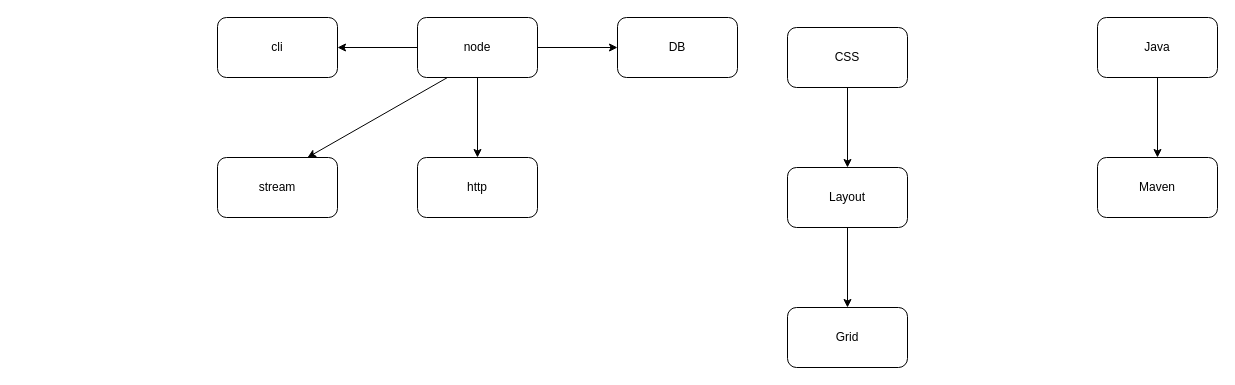
This is professionalSkills.drawio from mengdage/project-diagram, a draw.io file, before an edit. Source tidied: cells renumbered, new cells numbered last; positions are measured from the earlier drawing's top-left corner, leaving out a move shared by most shapes. Both pictures are drawn from the tidied source at 100%, with x=0, y=0 at pixel (217, 17).
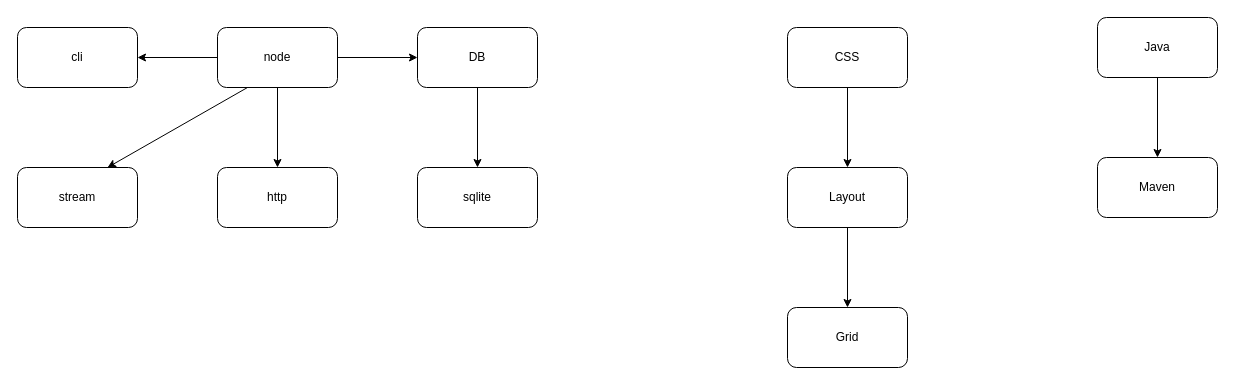
After the change.

What changed in the source:
```diff
@@
     <mxCell id="13" value="node" style="rounded=1;whiteSpace=wrap;html=1;" parent="1" vertex="1">
-      <mxGeometry x="200" width="120" height="60" as="geometry" />
+      <mxGeometry y="10" width="120" height="60" as="geometry" />
     </mxCell>
+    <mxCell id="19" style="edgeStyle=orthogonalEdgeStyle;rounded=0;jettySize=auto;html=1;" parent="1" edge="1" source="14" target="20">
+      <mxGeometry relative="1" as="geometry" />
+    </mxCell>
     <mxCell id="14" value="DB" style="rounded=1;whiteSpace=wrap;html=1;" parent="1" vertex="1">
-      <mxGeometry x="400" width="120" height="60" as="geometry" />
+      <mxGeometry x="200" y="10" width="120" height="60" as="geometry" />
     </mxCell>
+    <mxCell id="20" value="sqlite" style="rounded=1;whiteSpace=wrap;html=1;" parent="1" vertex="1">
+      <mxGeometry x="200" y="150" width="120" height="60" as="geometry" />
+    </mxCell>
     <mxCell id="15" value="cli" style="rounded=1;whiteSpace=wrap;html=1;" parent="1" vertex="1">
-      <mxGeometry width="120" height="60" as="geometry" />
+      <mxGeometry x="-200" y="10" width="120" height="60" as="geometry" />
     </mxCell>
     <mxCell id="16" value="http" style="rounded=1;whiteSpace=wrap;html=1;" parent="1" vertex="1">
-      <mxGeometry x="200" y="140" width="120" height="60" as="geometry" />
+      <mxGeometry y="150" width="120" height="60" as="geometry" />
     </mxCell>
     <mxCell id="17" value="stream" style="rounded=1;whiteSpace=wrap;html=1;" parent="1" vertex="1">
-      <mxGeometry y="140" width="120" height="60" as="geometry" />
+      <mxGeometry x="-200" y="150" width="120" height="60" as="geometry" />
     </mxCell>
```
